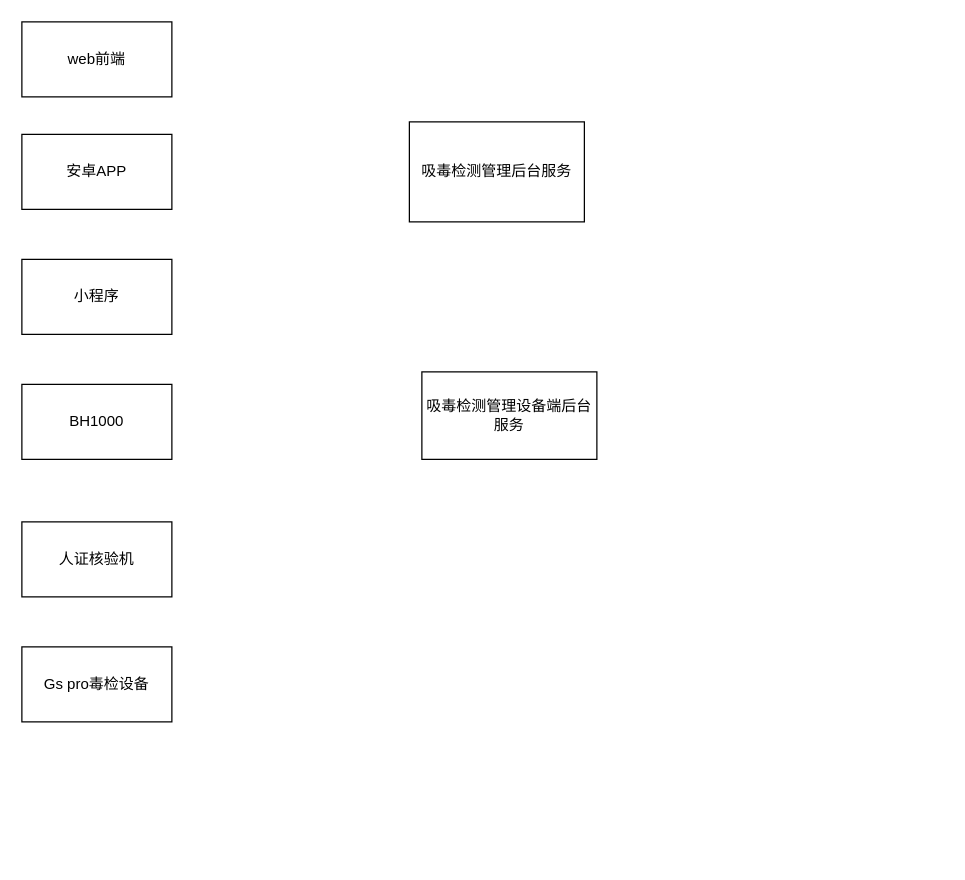
Above: page "吸毒检测管理系统架构" (4 of 5) of 未命名绘图.drawio in lliecho/test (draw.io), before the change. Source tidied: cells renumbered, new cells numbered last; positions are measured from the earlier drawing's top-left corner, leaving out a move shared by most shapes. Both pictures are drawn from the tidied source at 125%, with x=0, y=0 at pixel (21, 21).
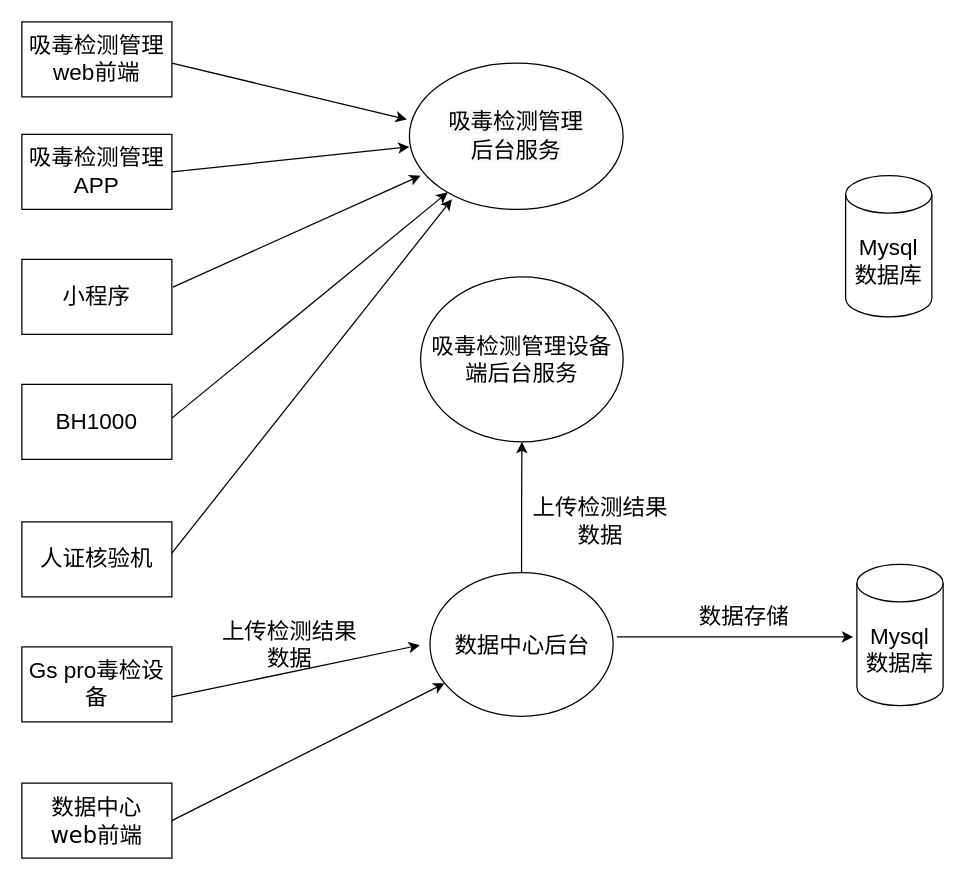
Above is the later version.

Commit message:
吸毒检测管理系统架构.drawio

Diff of the diagram source:
```diff
@@
-    <mxCell id="2" value="web前端" style="rounded=0;whiteSpace=wrap;html=1;" parent="1" vertex="1">
+    <mxCell id="2" value="吸毒检测管理web前端" style="rounded=0;whiteSpace=wrap;html=1;fontSize=18;" parent="1" vertex="1">
       <mxGeometry width="120" height="60" as="geometry" />
     </mxCell>
-    <mxCell id="3" value="安卓APP" style="rounded=0;whiteSpace=wrap;html=1;" parent="1" vertex="1">
+    <mxCell id="3" value="吸毒检测管理APP" style="rounded=0;whiteSpace=wrap;html=1;fontSize=18;" parent="1" vertex="1">
       <mxGeometry y="90" width="120" height="60" as="geometry" />
     </mxCell>
-    <mxCell id="4" value="小程序" style="rounded=0;whiteSpace=wrap;html=1;" parent="1" vertex="1">
+    <mxCell id="4" value="小程序" style="rounded=0;whiteSpace=wrap;html=1;fontSize=18;" parent="1" vertex="1">
       <mxGeometry y="190" width="120" height="60" as="geometry" />
     </mxCell>
-    <mxCell id="5" value="BH1000" style="rounded=0;whiteSpace=wrap;html=1;" parent="1" vertex="1">
+    <mxCell id="5" value="BH1000" style="rounded=0;whiteSpace=wrap;html=1;fontSize=18;" parent="1" vertex="1">
       <mxGeometry y="290" width="120" height="60" as="geometry" />
     </mxCell>
-    <mxCell id="6" value="人证核验机" style="rounded=0;whiteSpace=wrap;html=1;" parent="1" vertex="1">
+    <mxCell id="6" value="人证核验机" style="rounded=0;whiteSpace=wrap;html=1;fontSize=18;" parent="1" vertex="1">
       <mxGeometry y="400" width="120" height="60" as="geometry" />
     </mxCell>
-    <mxCell id="7" value="Gs pro毒检设备" style="rounded=0;whiteSpace=wrap;html=1;" parent="1" vertex="1">
+    <mxCell id="7" value="Gs pro毒检设备" style="rounded=0;whiteSpace=wrap;html=1;fontSize=18;" parent="1" vertex="1">
       <mxGeometry y="500" width="120" height="60" as="geometry" />
     </mxCell>
-    <mxCell id="8" value="吸毒检测管理后台服务" style="rounded=0;whiteSpace=wrap;html=1;" parent="1" vertex="1">
-      <mxGeometry x="310" y="80" width="140" height="80" as="geometry" />
-    </mxCell>
+    <mxCell id="10" value="Mysql 数据库" style="shape=cylinder3;whiteSpace=wrap;html=1;boundedLbl=1;backgroundOutline=1;size=15;fontSize=18;" parent="1" vertex="1">
+      <mxGeometry x="659" y="123" width="69" height="113" as="geometry" />
+    </mxCell>
+    <mxCell id="11" style="endArrow=classic;html=1;rounded=0;entryX=-0.013;entryY=0.643;entryDx=0;entryDy=0;entryPerimeter=0;" parent="1" edge="1">
+      <mxGeometry relative="1" as="geometry">
+        <mxPoint x="120" y="540" as="sourcePoint" />
+        <mxPoint x="318.4" y="498.6" as="targetPoint" />
+      </mxGeometry>
+    </mxCell>
+    <mxCell id="12" value="上传检测结果数据" style="text;html=1;strokeColor=none;fillColor=none;align=center;verticalAlign=middle;whiteSpace=wrap;rounded=0;fontFamily=Verdana;fontSize=18;" parent="1" vertex="1">
+      <mxGeometry x="155" y="483" width="119" height="30" as="geometry" />
+    </mxCell>
+    <mxCell id="13" value="&lt;br&gt;&lt;span style=&quot;color: rgb(0, 0, 0); font-family: Helvetica; font-size: 18px; font-style: normal; font-variant-ligatures: normal; font-variant-caps: normal; font-weight: 400; letter-spacing: normal; orphans: 2; text-align: center; text-indent: 0px; text-transform: none; widows: 2; word-spacing: 0px; -webkit-text-stroke-width: 0px; background-color: rgb(248, 249, 250); text-decoration-thickness: initial; text-decoration-style: initial; text-decoration-color: initial; float: none; display: inline !important;&quot;&gt;吸毒检测管理&lt;br&gt;后台服务&lt;br&gt;&lt;br&gt;&lt;/span&gt;" style="ellipse;whiteSpace=wrap;html=1;fontFamily=Verdana;fontSize=18;" parent="1" vertex="1">
+      <mxGeometry x="310" y="33" width="171" height="117" as="geometry" />
+    </mxCell>
-    <mxCell id="9" value="吸毒检测管理设备端后台服务" style="rounded=0;whiteSpace=wrap;html=1;" parent="1" vertex="1">
-      <mxGeometry x="320" y="280" width="140" height="70" as="geometry" />
+    <mxCell id="9" value="吸毒检测管理设备端后台服务" style="ellipse;whiteSpace=wrap;html=1;fontFamily=Verdana;fontSize=18;" parent="1" vertex="1">
+      <mxGeometry x="319" y="204" width="162" height="132" as="geometry" />
     </mxCell>
+    <mxCell id="14" style="edgeStyle=orthogonalEdgeStyle;rounded=0;jettySize=auto;html=1;fontFamily=Verdana;fontSize=18;" parent="1" edge="1" source="15" target="9">
+      <mxGeometry relative="1" as="geometry" />
+    </mxCell>
+    <mxCell id="15" value="数据中心后台" style="ellipse;whiteSpace=wrap;html=1;fontFamily=Verdana;fontSize=18;" parent="1" vertex="1">
+      <mxGeometry x="326.5" y="440.5" width="146.5" height="115" as="geometry" />
+    </mxCell>
+    <mxCell id="16" value="Mysql 数据库" style="shape=cylinder3;whiteSpace=wrap;html=1;boundedLbl=1;backgroundOutline=1;size=15;fontSize=18;" parent="1" vertex="1">
+      <mxGeometry x="668" y="434" width="69" height="113" as="geometry" />
+    </mxCell>
+    <mxCell id="17" style="endArrow=classic;html=1;rounded=0;fontFamily=Verdana;fontSize=18;" parent="1" edge="1">
+      <mxGeometry relative="1" as="geometry">
+        <mxPoint x="476" y="492" as="sourcePoint" />
+        <mxPoint x="665" y="492" as="targetPoint" />
+      </mxGeometry>
+    </mxCell>
+    <mxCell id="18" style="endArrow=classic;html=1;rounded=0;fontFamily=Verdana;fontSize=18;" parent="1" edge="1">
+      <mxGeometry relative="1" as="geometry">
+        <mxPoint x="120" y="33" as="sourcePoint" />
+        <mxPoint x="308" y="78" as="targetPoint" />
+      </mxGeometry>
+    </mxCell>
+    <mxCell id="19" style="endArrow=classic;html=1;rounded=0;fontFamily=Verdana;fontSize=18;exitX=1;exitY=0.5;exitDx=0;exitDy=0;" parent="1" edge="1" source="3">
+      <mxGeometry relative="1" as="geometry">
+        <mxPoint x="310" y="100" as="targetPoint" />
+      </mxGeometry>
+    </mxCell>
+    <mxCell id="20" style="endArrow=classic;html=1;rounded=0;fontFamily=Verdana;fontSize=18;exitX=1.007;exitY=0.37;exitDx=0;exitDy=0;exitPerimeter=0;" parent="1" edge="1" source="4">
+      <mxGeometry relative="1" as="geometry">
+        <mxPoint x="319" y="123" as="targetPoint" />
+      </mxGeometry>
+    </mxCell>
+    <mxCell id="21" style="endArrow=classic;html=1;rounded=0;fontFamily=Verdana;fontSize=18;" parent="1" edge="1" target="13">
+      <mxGeometry relative="1" as="geometry">
+        <mxPoint x="120" y="317" as="sourcePoint" />
+      </mxGeometry>
+    </mxCell>
+    <mxCell id="22" style="endArrow=classic;html=1;rounded=0;fontFamily=Verdana;fontSize=18;entryX=0.199;entryY=0.93;entryDx=0;entryDy=0;entryPerimeter=0;" parent="1" edge="1" target="13">
+      <mxGeometry relative="1" as="geometry">
+        <mxPoint x="120" y="425" as="sourcePoint" />
+      </mxGeometry>
+    </mxCell>
+    <mxCell id="23" value="上传检测结果数据" style="text;html=1;strokeColor=none;fillColor=none;align=center;verticalAlign=middle;whiteSpace=wrap;rounded=0;fontFamily=Verdana;fontSize=18;" parent="1" vertex="1">
+      <mxGeometry x="407" y="384" width="112" height="30" as="geometry" />
+    </mxCell>
+    <mxCell id="24" value="数据存储" style="text;html=1;strokeColor=none;fillColor=none;align=center;verticalAlign=middle;whiteSpace=wrap;rounded=0;fontFamily=Verdana;fontSize=18;" parent="1" vertex="1">
+      <mxGeometry x="533" y="460" width="90" height="30" as="geometry" />
+    </mxCell>
+    <mxCell id="25" value="数据中心&lt;br&gt;web前端" style="rounded=0;whiteSpace=wrap;html=1;fontFamily=Verdana;fontSize=18;" parent="1" vertex="1">
+      <mxGeometry y="609" width="120" height="60" as="geometry" />
+    </mxCell>
+    <mxCell id="26" style="endArrow=classic;html=1;rounded=0;fontFamily=Verdana;fontSize=18;exitX=1;exitY=0.5;exitDx=0;exitDy=0;" parent="1" edge="1" source="25" target="15">
+      <mxGeometry relative="1" as="geometry" />
+    </mxCell>
```
